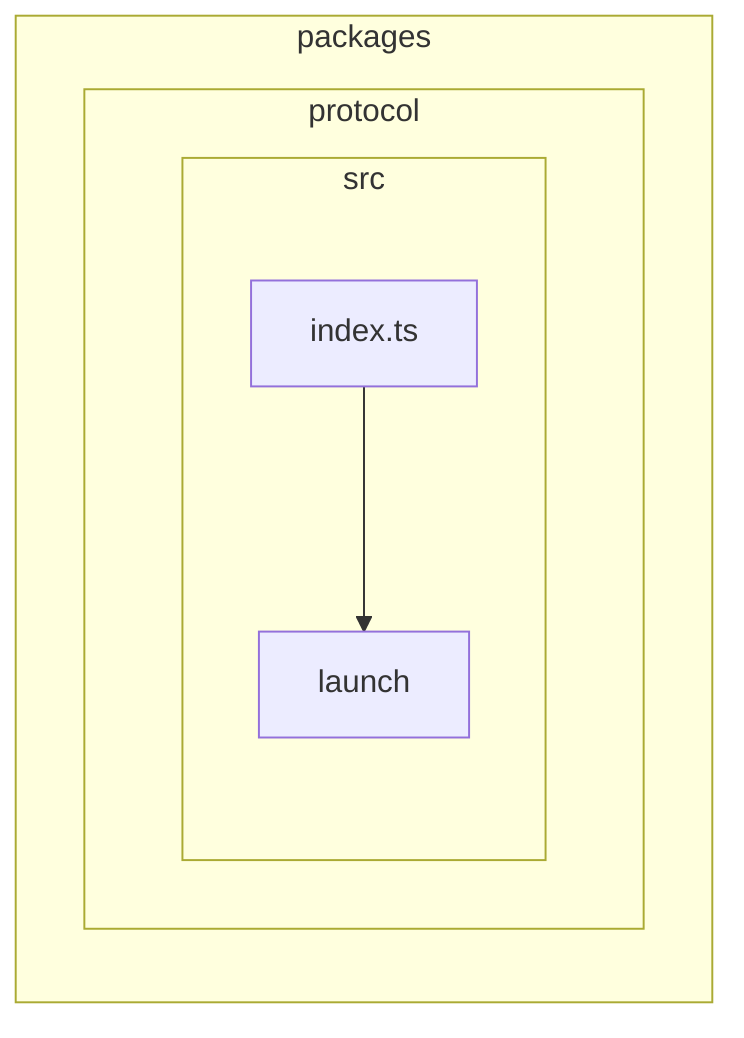
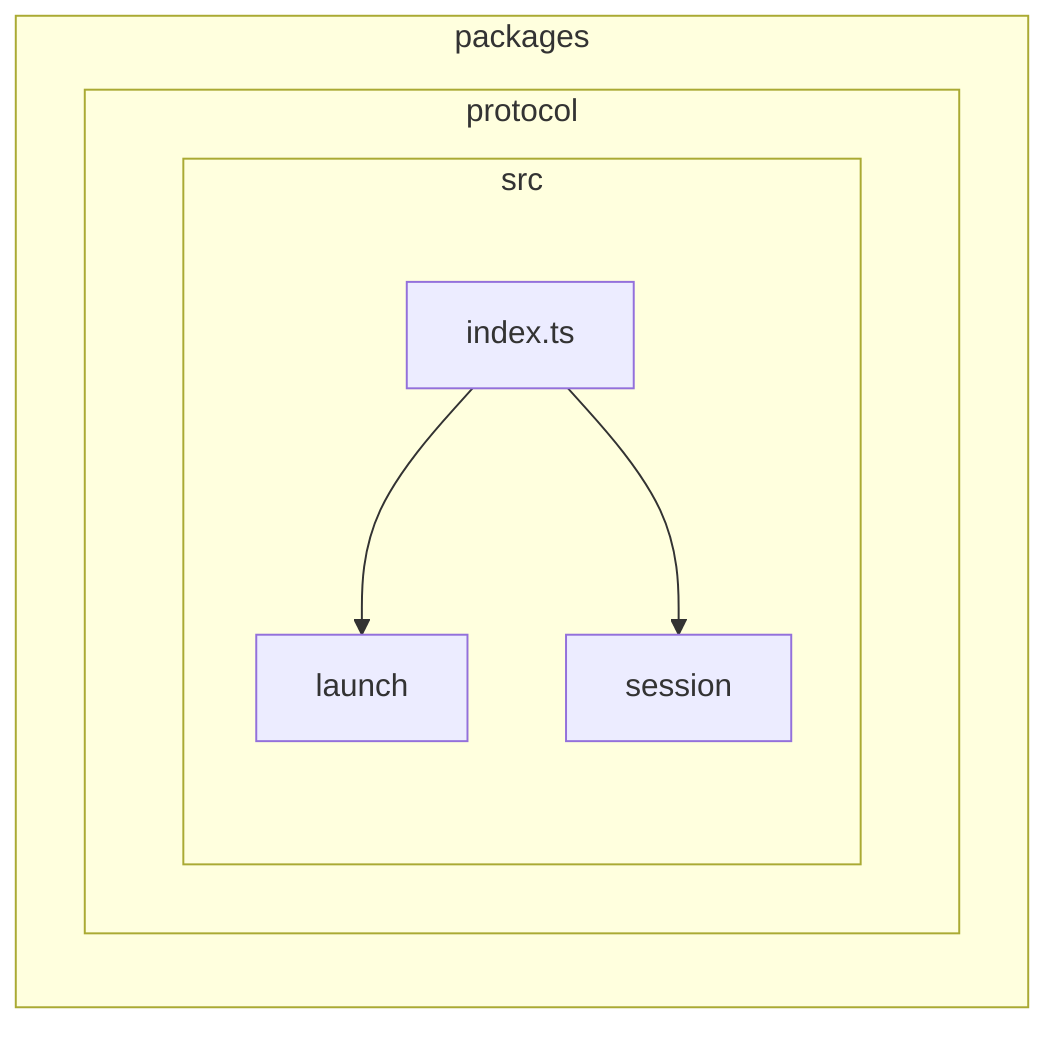
flowchart LR

subgraph 0["packages"]
subgraph 1["protocol"]
subgraph 2["src"]
3["index.ts"]
4["launch"]
+ 5["session"]
end
end
end
3-->4
+ 3-->5
